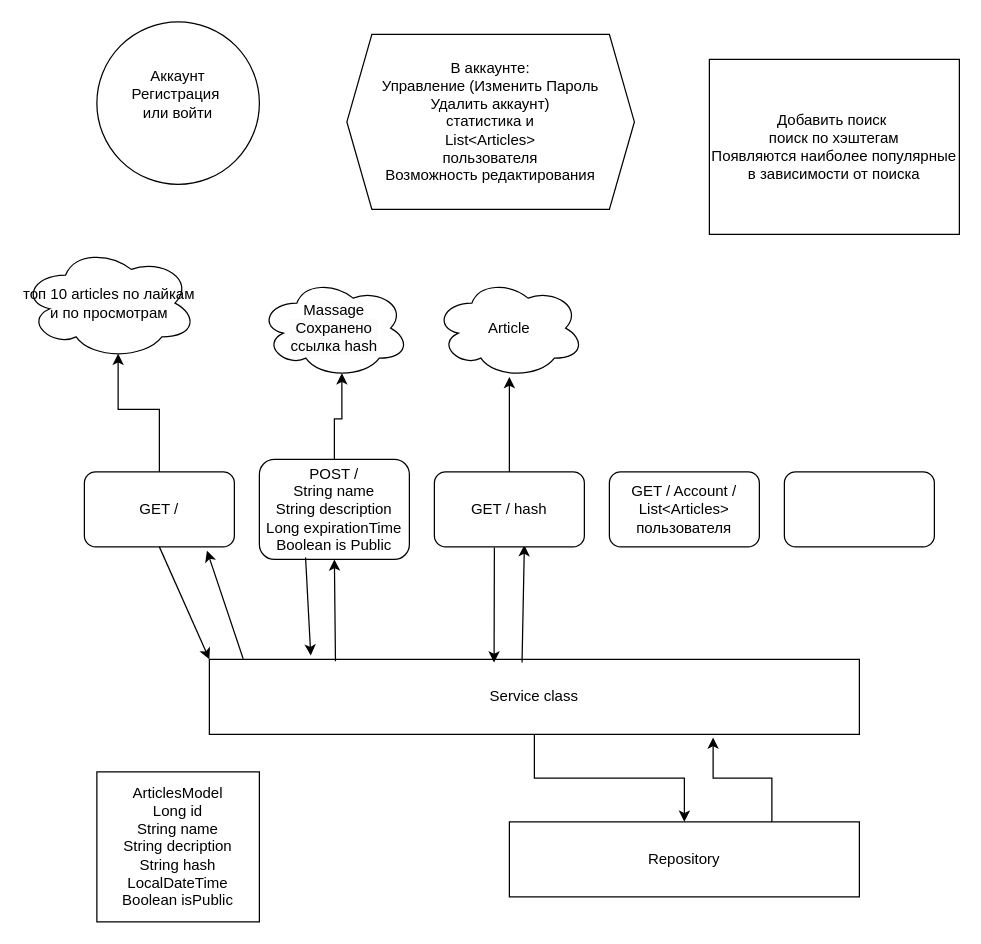
Before: src/main/resources/Диаграмма без названия.drawio in IvanBely/Articles, a draw.io diagram. Source tidied: cells renumbered, new cells numbered last; positions are measured from the earlier drawing's top-left corner, leaving out a move shared by most shapes. Both pictures are drawn from the tidied source at 125%, with x=0, y=0 at pixel (21, 21).
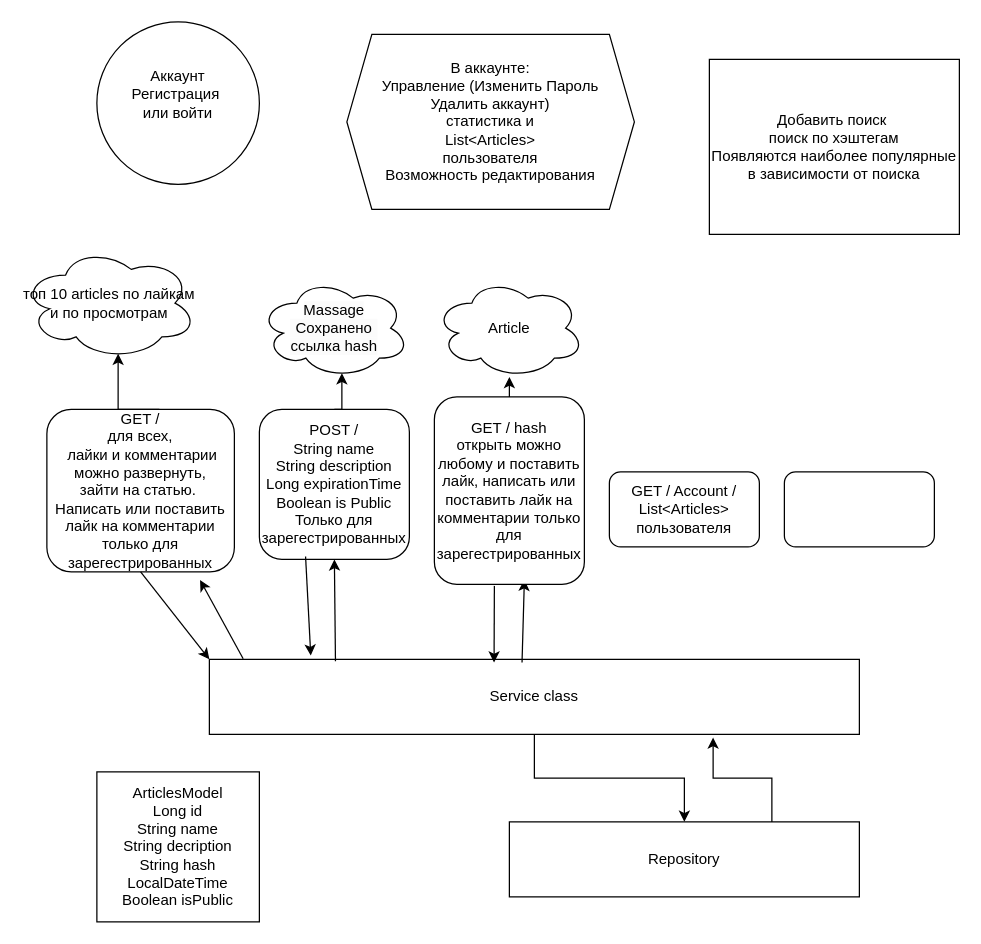
The same diagram, later.

Change to the diagram source:
```diff
@@
-    <mxCell id="5" value="POST /&lt;div&gt;String name&lt;/div&gt;&lt;div&gt;String description&lt;/div&gt;&lt;div&gt;Long expirationTime&lt;/div&gt;&lt;div&gt;Boolean is Public&lt;/div&gt;" style="rounded=1;whiteSpace=wrap;html=1;" parent="1" vertex="1">
-      <mxGeometry x="190" y="350" width="120" height="80" as="geometry" />
+    <mxCell id="5" value="POST /&lt;div&gt;String name&lt;/div&gt;&lt;div&gt;String description&lt;/div&gt;&lt;div&gt;Long expirationTime&lt;/div&gt;&lt;div&gt;Boolean is Public&lt;/div&gt;&lt;div&gt;Только для зарегестрированных&lt;/div&gt;" style="rounded=1;whiteSpace=wrap;html=1;" parent="1" vertex="1">
+      <mxGeometry x="190" y="310" width="120" height="120" as="geometry" />
     </mxCell>
@@
-    <mxCell id="7" value="GET /" style="rounded=1;whiteSpace=wrap;html=1;" parent="1" vertex="1">
-      <mxGeometry x="50" y="360" width="120" height="60" as="geometry" />
+    <mxCell id="7" value="GET /&lt;br&gt;для всех,&lt;div&gt;&amp;nbsp;лайки и&amp;nbsp;&lt;span style=&quot;background-color: initial;&quot;&gt;комментарии&lt;/span&gt;&lt;/div&gt;&lt;div&gt;&lt;span style=&quot;background-color: initial;&quot;&gt;можно развернуть,&lt;br&gt;&lt;/span&gt;&lt;/div&gt;&lt;div&gt;&lt;span style=&quot;background-color: initial;&quot;&gt;зайти на статью.&amp;nbsp;&lt;/span&gt;&lt;/div&gt;&lt;div&gt;&lt;span style=&quot;background-color: initial;&quot;&gt;Написать или поставить лайк на комментарии&lt;br&gt;только для зарегестрированных&lt;/span&gt;&lt;/div&gt;" style="rounded=1;whiteSpace=wrap;html=1;" parent="1" vertex="1">
+      <mxGeometry x="20" y="310" width="150" height="130" as="geometry" />
     </mxCell>
@@
-    <mxCell id="21" value="GET / hash" style="rounded=1;whiteSpace=wrap;html=1;" parent="1" vertex="1">
-      <mxGeometry x="330" y="360" width="120" height="60" as="geometry" />
+    <mxCell id="21" value="GET / hash&lt;div&gt;открыть можно любому и поставить лайк, написать или поставить лайк на комментарии только для зарегестрированных&lt;/div&gt;" style="rounded=1;whiteSpace=wrap;html=1;" parent="1" vertex="1">
+      <mxGeometry x="330" y="300" width="120" height="150" as="geometry" />
     </mxCell>
```
